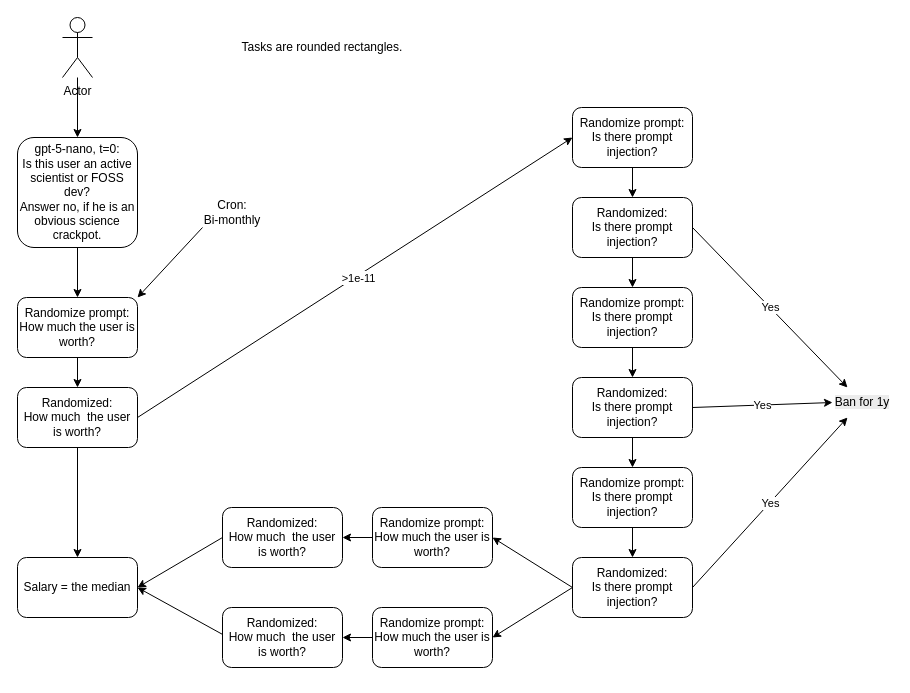
The draw.io diagram docs/Ai-flow-full.drawio in vporton/meritocracy, before the edit. Source tidied: cells renumbered, new cells numbered last; positions are measured from the earlier drawing's top-left corner, leaving out a move shared by most shapes. Both pictures are drawn from the tidied source at 100%, with x=0, y=0 at pixel (17, 17).
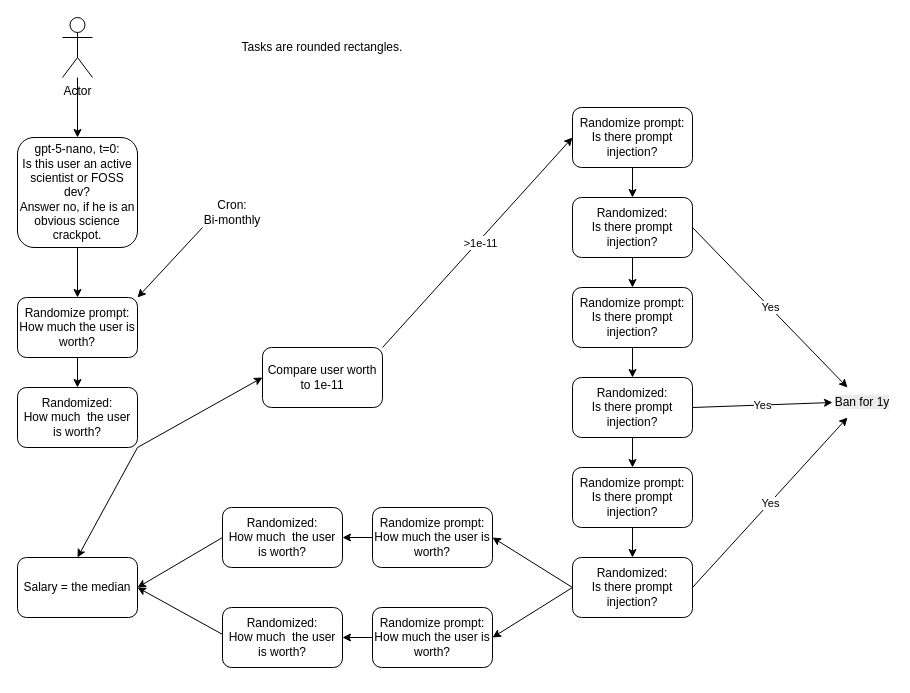
After the change.

Commit message:
correct full diagram

Unchanged cells that the change refers to:
```xml
<mxCell id="13" value="Salary = the median" style="rounded=1;whiteSpace=wrap;html=1;" parent="1" vertex="1">
  <mxGeometry y="540" width="120" height="60" as="geometry" />
</mxCell>
<mxCell id="20" value="&lt;div&gt;Randomized:&lt;/div&gt;How much&amp;nbsp; the user is worth?" style="rounded=1;whiteSpace=wrap;html=1;" parent="1" vertex="1">
  <mxGeometry y="370" width="120" height="60" as="geometry" />
</mxCell>
<mxCell id="28" value="&lt;div&gt;Randomize prompt:&lt;br&gt;Is there prompt injection?&lt;/div&gt;" style="rounded=1;whiteSpace=wrap;html=1;" parent="1" vertex="1">
  <mxGeometry x="555" y="90" width="120" height="60" as="geometry" />
</mxCell>
```

Diff of the diagram source:
```diff
@@
-    <mxCell id="8" style="endArrow=classic;html=1;rounded=0;exitX=1;exitY=0.5;exitDx=0;exitDy=0;entryX=0;entryY=0.5;entryDx=0;entryDy=0;" parent="1" edge="1" source="20" target="28">
+    <mxCell id="8" style="endArrow=classic;html=1;rounded=0;exitX=1;exitY=0;exitDx=0;exitDy=0;entryX=0;entryY=0.5;entryDx=0;entryDy=0;" parent="1" edge="1" source="46" target="28">
       <mxGeometry relative="1" as="geometry" />
     </mxCell>
@@
-    <mxCell id="21" style="endArrow=classic;html=1;rounded=0;exitX=0.5;exitY=1;exitDx=0;exitDy=0;entryX=0.5;entryY=0;entryDx=0;entryDy=0;" parent="1" edge="1" source="20" target="13">
+    <mxCell id="21" style="endArrow=classic;html=1;rounded=0;exitX=1;exitY=1;exitDx=0;exitDy=0;entryX=0.5;entryY=0;entryDx=0;entryDy=0;" parent="1" edge="1" source="20" target="13">
       <mxGeometry relative="1" as="geometry" />
     </mxCell>
@@
+    <mxCell id="46" value="&lt;div&gt;Compare user worth to 1e-11&lt;/div&gt;" style="rounded=1;whiteSpace=wrap;html=1;" parent="1" vertex="1">
+      <mxGeometry x="245" y="330" width="120" height="60" as="geometry" />
+    </mxCell>
+    <mxCell id="47" style="endArrow=classic;html=1;rounded=0;exitX=1;exitY=1;exitDx=0;exitDy=0;entryX=0;entryY=0.5;entryDx=0;entryDy=0;" parent="1" edge="1" source="20" target="46">
+      <mxGeometry relative="1" as="geometry" />
+    </mxCell>
```
